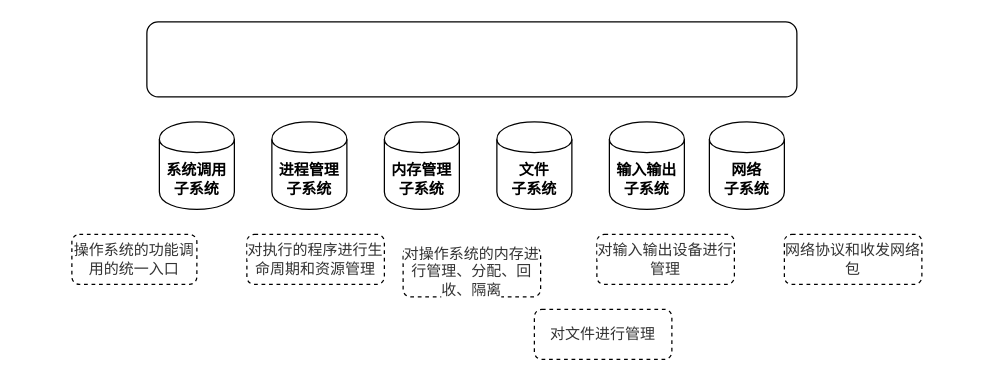
binarylei/draw keeps this draw.io diagram as computer/linux/1-1 linux总体图.drawio. Above is the earlier version. Source tidied: cells renumbered, new cells numbered last; positions are measured from the earlier drawing's top-left corner, leaving out a move shared by most shapes. Both pictures are drawn from the tidied source at 125%, with x=0, y=0 at pixel (71, 21).
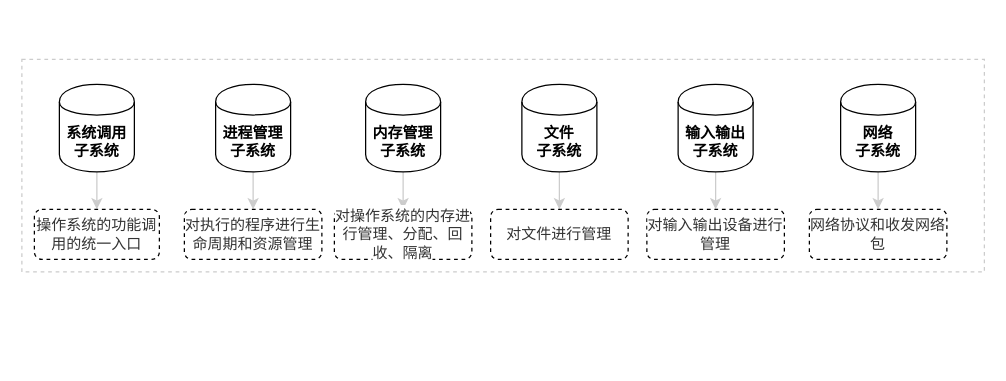
After the change.

Commit message (it also covers changes not shown here):
更新1-1 linux总体图.drawio

Diff of the diagram source:
```diff
@@
-    <mxCell id="2" style="rounded=1;whiteSpace=wrap;html=1;" parent="1" vertex="1">
-      <mxGeometry x="60" width="520" height="60" as="geometry" />
+    <mxCell id="2" style="rounded=0;whiteSpace=wrap;html=1;dashed=1;strokeColor=#CCCCCC;" parent="1" vertex="1">
+      <mxGeometry x="-40" y="30" width="770" height="170" as="geometry" />
     </mxCell>
+    <mxCell id="15" style="edgeStyle=orthogonalEdgeStyle;rounded=0;jettySize=auto;html=1;entryX=0.5;entryY=0;entryDx=0;entryDy=0;strokeColor=#CCCCCC;" parent="1" edge="1" source="3" target="9">
+      <mxGeometry relative="1" as="geometry" />
+    </mxCell>
     <mxCell id="3" value="系统调用子系统" style="shape=cylinder;whiteSpace=wrap;html=1;boundedLbl=1;backgroundOutline=1;fontStyle=1;" parent="1" vertex="1">
-      <mxGeometry x="70" y="80" width="60" height="70" as="geometry" />
+      <mxGeometry x="-10" y="50" width="60" height="70" as="geometry" />
     </mxCell>
+    <mxCell id="16" style="edgeStyle=orthogonalEdgeStyle;rounded=0;jettySize=auto;html=1;entryX=0.5;entryY=0;entryDx=0;entryDy=0;strokeColor=#CCCCCC;" parent="1" edge="1" source="4" target="10">
+      <mxGeometry relative="1" as="geometry" />
+    </mxCell>
     <mxCell id="4" value="进程管理子系统" style="shape=cylinder;whiteSpace=wrap;html=1;boundedLbl=1;backgroundOutline=1;fontStyle=1;" parent="1" vertex="1">
-      <mxGeometry x="160" y="80" width="60" height="70" as="geometry" />
+      <mxGeometry x="115" y="50" width="60" height="70" as="geometry" />
     </mxCell>
+    <mxCell id="17" style="edgeStyle=orthogonalEdgeStyle;rounded=0;jettySize=auto;html=1;entryX=0.5;entryY=0;entryDx=0;entryDy=0;strokeColor=#CCCCCC;" parent="1" edge="1" source="5" target="11">
+      <mxGeometry relative="1" as="geometry" />
+    </mxCell>
     <mxCell id="5" value="内存管理子系统" style="shape=cylinder;whiteSpace=wrap;html=1;boundedLbl=1;backgroundOutline=1;fontStyle=1;" parent="1" vertex="1">
-      <mxGeometry x="250" y="80" width="60" height="70" as="geometry" />
+      <mxGeometry x="235" y="50" width="60" height="70" as="geometry" />
     </mxCell>
+    <mxCell id="18" style="edgeStyle=orthogonalEdgeStyle;rounded=0;jettySize=auto;html=1;entryX=0.5;entryY=0;entryDx=0;entryDy=0;strokeColor=#CCCCCC;" parent="1" edge="1" source="6" target="12">
+      <mxGeometry relative="1" as="geometry" />
+    </mxCell>
     <mxCell id="6" value="文件&lt;br&gt;子系统" style="shape=cylinder;whiteSpace=wrap;html=1;boundedLbl=1;backgroundOutline=1;fontStyle=1;" parent="1" vertex="1">
-      <mxGeometry x="340" y="80" width="60" height="70" as="geometry" />
+      <mxGeometry x="360" y="50" width="60" height="70" as="geometry" />
     </mxCell>
+    <mxCell id="19" style="edgeStyle=orthogonalEdgeStyle;rounded=0;jettySize=auto;html=1;entryX=0.5;entryY=0;entryDx=0;entryDy=0;strokeColor=#CCCCCC;" parent="1" edge="1" source="7" target="13">
+      <mxGeometry relative="1" as="geometry" />
+    </mxCell>
     <mxCell id="7" value="输入输出子系统" style="shape=cylinder;whiteSpace=wrap;html=1;boundedLbl=1;backgroundOutline=1;fontStyle=1;" parent="1" vertex="1">
-      <mxGeometry x="430" y="80" width="60" height="70" as="geometry" />
+      <mxGeometry x="485" y="50" width="60" height="70" as="geometry" />
     </mxCell>
+    <mxCell id="20" style="edgeStyle=orthogonalEdgeStyle;rounded=0;jettySize=auto;html=1;entryX=0.5;entryY=0;entryDx=0;entryDy=0;strokeColor=#CCCCCC;" parent="1" edge="1" source="8" target="14">
+      <mxGeometry relative="1" as="geometry" />
+    </mxCell>
     <mxCell id="8" value="网络&lt;br&gt;子系统" style="shape=cylinder;whiteSpace=wrap;html=1;boundedLbl=1;backgroundOutline=1;fontStyle=1;" parent="1" vertex="1">
-      <mxGeometry x="510" y="80" width="60" height="70" as="geometry" />
+      <mxGeometry x="615" y="50" width="60" height="70" as="geometry" />
     </mxCell>
     <mxCell id="9" value="&lt;span style=&quot;color: rgb(51 , 51 , 51) ; font-family: &amp;#34;open sans&amp;#34; , &amp;#34;clear sans&amp;#34; , &amp;#34;helvetica neue&amp;#34; , &amp;#34;helvetica&amp;#34; , &amp;#34;arial&amp;#34; , sans-serif ; white-space: pre-wrap ; background-color: rgb(255 , 255 , 255)&quot;&gt;&lt;font style=&quot;font-size: 12px&quot;&gt;操作系统的功能调用的统一入口&lt;/font&gt;&lt;/span&gt;" style="rounded=1;whiteSpace=wrap;html=1;dashed=1;" parent="1" vertex="1">
-      <mxGeometry y="170" width="100" height="40" as="geometry" />
+      <mxGeometry x="-30" y="150" width="100" height="40" as="geometry" />
     </mxCell>
     <mxCell id="10" value="&lt;span style=&quot;color: rgb(51 , 51 , 51) ; font-family: &amp;#34;open sans&amp;#34; , &amp;#34;clear sans&amp;#34; , &amp;#34;helvetica neue&amp;#34; , &amp;#34;helvetica&amp;#34; , &amp;#34;arial&amp;#34; , sans-serif ; white-space: pre-wrap ; background-color: rgb(255 , 255 , 255)&quot;&gt;&lt;font style=&quot;font-size: 12px&quot;&gt;对执行的程序进行生命周期和资源管理&lt;/font&gt;&lt;/span&gt;" style="rounded=1;whiteSpace=wrap;html=1;dashed=1;" parent="1" vertex="1">
-      <mxGeometry x="140" y="170" width="110" height="40" as="geometry" />
+      <mxGeometry x="90" y="150" width="110" height="40" as="geometry" />
     </mxCell>
     <mxCell id="11" value="&lt;span style=&quot;color: rgb(51 , 51 , 51) ; font-family: &amp;#34;open sans&amp;#34; , &amp;#34;clear sans&amp;#34; , &amp;#34;helvetica neue&amp;#34; , &amp;#34;helvetica&amp;#34; , &amp;#34;arial&amp;#34; , sans-serif ; white-space: pre-wrap ; background-color: rgb(255 , 255 , 255)&quot;&gt;&lt;font style=&quot;font-size: 12px&quot;&gt;对操作系统的内存进行管理、分配、回收、隔离&lt;/font&gt;&lt;/span&gt;" style="rounded=1;whiteSpace=wrap;html=1;dashed=1;" parent="1" vertex="1">
-      <mxGeometry x="265" y="180" width="110" height="40" as="geometry" />
+      <mxGeometry x="210" y="150" width="110" height="40" as="geometry" />
     </mxCell>
     <mxCell id="12" value="&lt;span style=&quot;color: rgb(51 , 51 , 51) ; font-family: &amp;#34;open sans&amp;#34; , &amp;#34;clear sans&amp;#34; , &amp;#34;helvetica neue&amp;#34; , &amp;#34;helvetica&amp;#34; , &amp;#34;arial&amp;#34; , sans-serif ; white-space: pre-wrap ; background-color: rgb(255 , 255 , 255)&quot;&gt;&lt;font style=&quot;font-size: 12px&quot;&gt;对文件进行管理&lt;/font&gt;&lt;/span&gt;" style="rounded=1;whiteSpace=wrap;html=1;dashed=1;" parent="1" vertex="1">
-      <mxGeometry x="370" y="230" width="110" height="40" as="geometry" />
+      <mxGeometry x="335" y="150" width="110" height="40" as="geometry" />
     </mxCell>
     <mxCell id="13" value="&lt;span style=&quot;color: rgb(51 , 51 , 51) ; font-family: &amp;#34;open sans&amp;#34; , &amp;#34;clear sans&amp;#34; , &amp;#34;helvetica neue&amp;#34; , &amp;#34;helvetica&amp;#34; , &amp;#34;arial&amp;#34; , sans-serif ; white-space: pre-wrap ; background-color: rgb(255 , 255 , 255)&quot;&gt;&lt;font style=&quot;font-size: 12px&quot;&gt;对输入输出设备进行管理&lt;/font&gt;&lt;/span&gt;" style="rounded=1;whiteSpace=wrap;html=1;dashed=1;" parent="1" vertex="1">
-      <mxGeometry x="420" y="170" width="110" height="40" as="geometry" />
+      <mxGeometry x="460" y="150" width="110" height="40" as="geometry" />
     </mxCell>
     <mxCell id="14" value="&lt;span style=&quot;color: rgb(51 , 51 , 51) ; font-family: &amp;#34;open sans&amp;#34; , &amp;#34;clear sans&amp;#34; , &amp;#34;helvetica neue&amp;#34; , &amp;#34;helvetica&amp;#34; , &amp;#34;arial&amp;#34; , sans-serif ; white-space: pre-wrap ; background-color: rgb(255 , 255 , 255)&quot;&gt;&lt;font style=&quot;font-size: 12px&quot;&gt;网络协议和收发网络包&lt;/font&gt;&lt;/span&gt;" style="rounded=1;whiteSpace=wrap;html=1;dashed=1;" parent="1" vertex="1">
-      <mxGeometry x="570" y="170" width="110" height="40" as="geometry" />
+      <mxGeometry x="590" y="150" width="110" height="40" as="geometry" />
     </mxCell>
```
